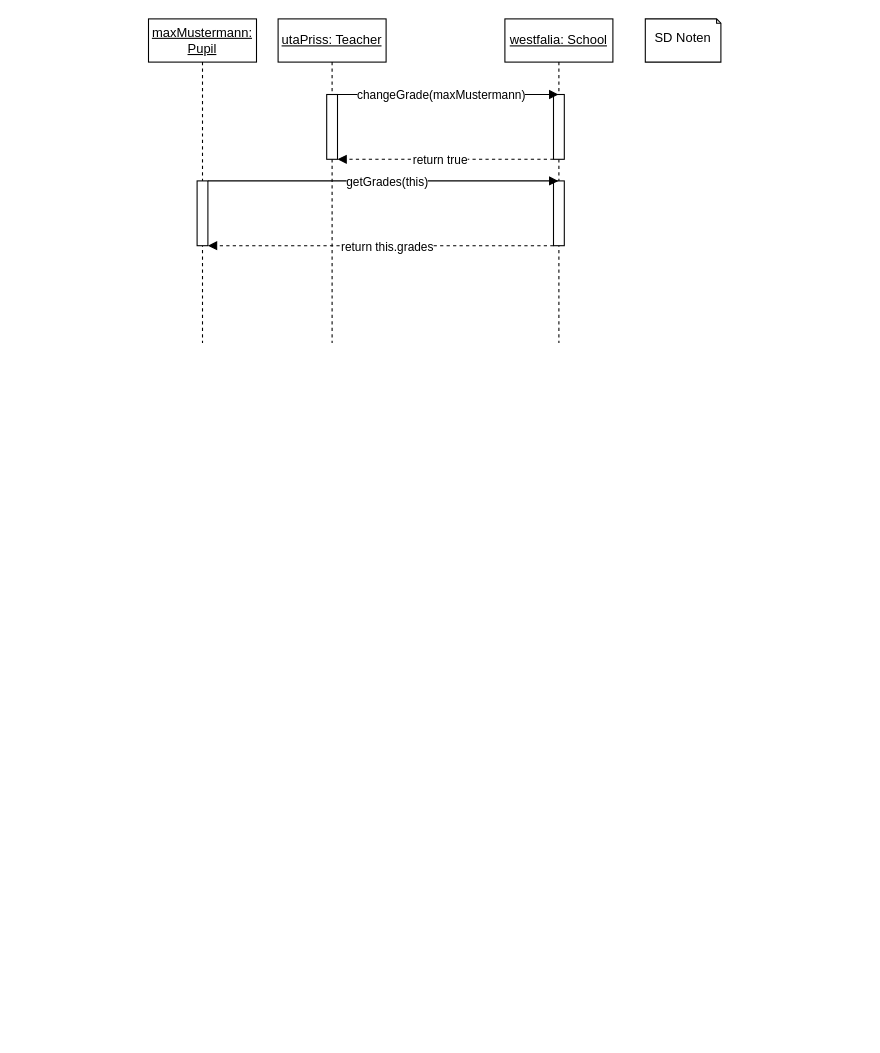
The draw.io diagram Sequenzdiagramm.drawio in TrainFan1804/SchulverwaltungUML, before the edit. Source tidied: cells renumbered, new cells numbered last; positions are measured from the earlier drawing's top-left corner, leaving out a move shared by most shapes. Both pictures are drawn from the tidied source at 108%, with x=0, y=0 at pixel (148, 18).
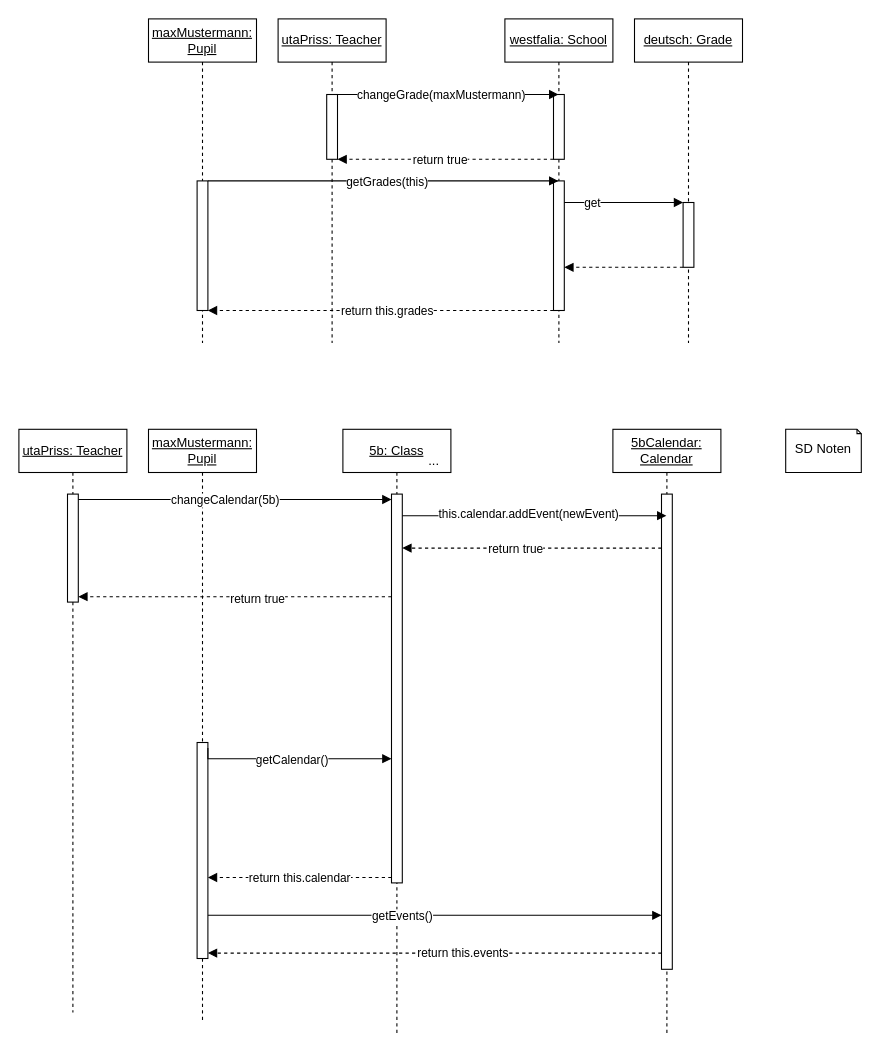
The same diagram, later.

The change refers to these unchanged cells:
```xml
<mxCell id="2" value="&lt;u&gt;maxMustermann: Pupil&lt;/u&gt;" style="shape=umlLifeline;perimeter=lifelinePerimeter;whiteSpace=wrap;html=1;newEdgeStyle={&quot;edgeStyle&quot;:&quot;elbowEdgeStyle&quot;,&quot;elbow&quot;:&quot;vertical&quot;,&quot;curved&quot;:0,&quot;rounded&quot;:0};" parent="1" vertex="1">
  <mxGeometry width="100" height="300" as="geometry" />
</mxCell>
<mxCell id="6" value="&lt;u&gt;westfalia: School&lt;/u&gt;" style="shape=umlLifeline;perimeter=lifelinePerimeter;whiteSpace=wrap;html=1;outlineConnect=0;portConstraint=eastwest;newEdgeStyle={&quot;edgeStyle&quot;:&quot;elbowEdgeStyle&quot;,&quot;elbow&quot;:&quot;vertical&quot;,&quot;curved&quot;:0,&quot;rounded&quot;:0};" parent="1" vertex="1">
  <mxGeometry x="330" width="100" height="300" as="geometry" />
</mxCell>
```

What changed in the source:
```diff
@@
     <mxCell id="3" style="html=1;points=[[0,0,0,0,5],[0,1,0,0,-5],[1,0,0,0,5],[1,1,0,0,-5]];perimeter=orthogonalPerimeter;outlineConnect=0;targetShapes=umlLifeline;portConstraint=eastwest;newEdgeStyle={&quot;curved&quot;:0,&quot;rounded&quot;:0};" parent="2" vertex="1">
-      <mxGeometry x="45" y="150" width="10" height="60" as="geometry" />
+      <mxGeometry x="45" y="150" width="10" height="120" as="geometry" />
     </mxCell>
@@
     <mxCell id="8" style="html=1;points=[[0,0,0,0,5],[0,1,0,0,-5],[1,0,0,0,5],[1,1,0,0,-5]];perimeter=orthogonalPerimeter;outlineConnect=0;targetShapes=umlLifeline;portConstraint=eastwest;newEdgeStyle={&quot;curved&quot;:0,&quot;rounded&quot;:0};" parent="6" vertex="1">
-      <mxGeometry x="45" y="150" width="10" height="60" as="geometry" />
+      <mxGeometry x="45" y="150" width="10" height="120" as="geometry" />
     </mxCell>
     <mxCell id="9" value="SD Noten" style="shape=note2;boundedLbl=1;whiteSpace=wrap;html=1;size=4;verticalAlign=top;align=center;" parent="1" vertex="1">
-      <mxGeometry x="460" width="70" height="40" as="geometry" />
+      <mxGeometry x="590" y="380" width="70" height="40" as="geometry" />
     </mxCell>
@@
     <mxCell id="16" style="edgeStyle=orthogonalEdgeStyle;rounded=0;jettySize=auto;html=1;curved=0;dashed=1;endArrow=block;endFill=1;" parent="1" edge="1" source="8" target="3">
       <mxGeometry relative="1" as="geometry">
         <Array as="points">
-          <mxPoint x="220" y="210" />
-          <mxPoint x="220" y="210" />
+          <mxPoint x="220" y="270" />
+          <mxPoint x="220" y="270" />
         </Array>
       </mxGeometry>
     </mxCell>
@@
+    <mxCell id="18" value="&lt;u&gt;deutsch: Grade&lt;/u&gt;" style="shape=umlLifeline;perimeter=lifelinePerimeter;whiteSpace=wrap;html=1;newEdgeStyle={&quot;edgeStyle&quot;:&quot;elbowEdgeStyle&quot;,&quot;elbow&quot;:&quot;vertical&quot;,&quot;curved&quot;:0,&quot;rounded&quot;:0};" parent="1" vertex="1">
+      <mxGeometry x="450" width="100" height="300" as="geometry" />
+    </mxCell>
+    <mxCell id="19" style="html=1;points=[[0,0,0,0,5],[0,1,0,0,-5],[1,0,0,0,5],[1,1,0,0,-5]];perimeter=orthogonalPerimeter;outlineConnect=0;targetShapes=umlLifeline;portConstraint=eastwest;newEdgeStyle={&quot;curved&quot;:0,&quot;rounded&quot;:0};" parent="18" vertex="1">
+      <mxGeometry x="45" y="170" width="10" height="60" as="geometry" />
+    </mxCell>
+    <mxCell id="20" style="edgeStyle=orthogonalEdgeStyle;rounded=0;jettySize=auto;html=1;curved=0;endArrow=block;endFill=1;" parent="1" edge="1" source="8" target="19">
+      <mxGeometry relative="1" as="geometry">
+        <Array as="points">
+          <mxPoint x="450" y="170" />
+          <mxPoint x="450" y="170" />
+        </Array>
+      </mxGeometry>
+    </mxCell>
+    <mxCell id="21" value="get" style="edgeLabel;html=1;align=center;verticalAlign=middle;" parent="20" vertex="1">
+      <mxGeometry x="-0.54" relative="1" as="geometry" />
+    </mxCell>
+    <mxCell id="22" style="edgeStyle=orthogonalEdgeStyle;rounded=0;jettySize=auto;html=1;curved=0;endArrow=block;endFill=1;dashed=1;" parent="1" edge="1" source="19" target="8">
+      <mxGeometry relative="1" as="geometry">
+        <Array as="points">
+          <mxPoint x="440" y="230" />
+          <mxPoint x="440" y="230" />
+        </Array>
+      </mxGeometry>
+    </mxCell>
+    <mxCell id="23" value="&lt;u&gt;maxMustermann: Pupil&lt;/u&gt;" style="shape=umlLifeline;perimeter=lifelinePerimeter;whiteSpace=wrap;html=1;newEdgeStyle={&quot;edgeStyle&quot;:&quot;elbowEdgeStyle&quot;,&quot;elbow&quot;:&quot;vertical&quot;,&quot;curved&quot;:0,&quot;rounded&quot;:0};" parent="1" vertex="1">
+      <mxGeometry y="380" width="100" height="550" as="geometry" />
+    </mxCell>
+    <mxCell id="24" style="html=1;points=[[0,0,0,0,5],[0,1,0,0,-5],[1,0,0,0,5],[1,1,0,0,-5]];perimeter=orthogonalPerimeter;outlineConnect=0;targetShapes=umlLifeline;portConstraint=eastwest;newEdgeStyle={&quot;curved&quot;:0,&quot;rounded&quot;:0};" parent="23" vertex="1">
+      <mxGeometry x="45" y="290" width="10" height="200" as="geometry" />
+    </mxCell>
+    <mxCell id="25" value="&lt;u&gt;5b: Class&lt;/u&gt;" style="shape=umlLifeline;perimeter=lifelinePerimeter;whiteSpace=wrap;html=1;newEdgeStyle={&quot;edgeStyle&quot;:&quot;elbowEdgeStyle&quot;,&quot;elbow&quot;:&quot;vertical&quot;,&quot;curved&quot;:0,&quot;rounded&quot;:0};" parent="1" vertex="1">
+      <mxGeometry x="180" y="380" width="100" height="560" as="geometry" />
+    </mxCell>
+    <mxCell id="26" style="html=1;points=[[0,0,0,0,5],[0,1,0,0,-5],[1,0,0,0,5],[1,1,0,0,-5]];perimeter=orthogonalPerimeter;outlineConnect=0;targetShapes=umlLifeline;portConstraint=eastwest;newEdgeStyle={&quot;curved&quot;:0,&quot;rounded&quot;:0};" parent="25" vertex="1">
+      <mxGeometry x="45" y="60" width="10" height="360" as="geometry" />
+    </mxCell>
+    <mxCell id="27" style="edgeStyle=orthogonalEdgeStyle;rounded=0;jettySize=auto;html=1;curved=0;endArrow=block;endFill=1;exitX=1;exitY=0;exitDx=0;exitDy=5;exitPerimeter=0;" parent="1" edge="1" source="24" target="26">
+      <mxGeometry relative="1" as="geometry">
+        <Array as="points">
+          <mxPoint x="55" y="685" />
+        </Array>
+      </mxGeometry>
+    </mxCell>
+    <mxCell id="28" value="getCalendar()" style="edgeLabel;html=1;align=center;verticalAlign=middle;" parent="27" vertex="1">
+      <mxGeometry x="-0.15" y="-2" relative="1" as="geometry">
+        <mxPoint x="10" y="-2" as="offset" />
+      </mxGeometry>
+    </mxCell>
+    <mxCell id="29" style="edgeStyle=orthogonalEdgeStyle;rounded=0;jettySize=auto;html=1;curved=0;dashed=1;endArrow=block;endFill=1;exitX=0;exitY=1;exitDx=0;exitDy=-5;exitPerimeter=0;" parent="1" edge="1" source="26" target="24">
+      <mxGeometry relative="1" as="geometry">
+        <Array as="points">
+          <mxPoint x="100" y="795" />
+          <mxPoint x="100" y="795" />
+        </Array>
+      </mxGeometry>
+    </mxCell>
+    <mxCell id="30" value="return this.calendar" style="edgeLabel;html=1;align=center;verticalAlign=middle;" parent="29" vertex="1">
+      <mxGeometry x="0.1" relative="1" as="geometry">
+        <mxPoint x="8" as="offset" />
+      </mxGeometry>
+    </mxCell>
+    <mxCell id="31" value="&lt;u&gt;5bCalendar: Calendar&lt;/u&gt;" style="shape=umlLifeline;perimeter=lifelinePerimeter;whiteSpace=wrap;html=1;outlineConnect=0;portConstraint=eastwest;newEdgeStyle={&quot;edgeStyle&quot;:&quot;elbowEdgeStyle&quot;,&quot;elbow&quot;:&quot;vertical&quot;,&quot;curved&quot;:0,&quot;rounded&quot;:0};" parent="1" vertex="1">
+      <mxGeometry x="430" y="380" width="100" height="560" as="geometry" />
+    </mxCell>
+    <mxCell id="32" style="html=1;points=[[0,0,0,0,5],[0,1,0,0,-5],[1,0,0,0,5],[1,1,0,0,-5]];perimeter=orthogonalPerimeter;outlineConnect=0;targetShapes=umlLifeline;portConstraint=eastwest;newEdgeStyle={&quot;curved&quot;:0,&quot;rounded&quot;:0};" parent="31" vertex="1">
+      <mxGeometry x="45" y="60" width="10" height="440" as="geometry" />
+    </mxCell>
+    <mxCell id="33" style="edgeStyle=orthogonalEdgeStyle;rounded=0;jettySize=auto;html=1;curved=0;endArrow=block;endFill=1;" parent="1" edge="1" source="24" target="32">
+      <mxGeometry relative="1" as="geometry">
+        <Array as="points">
+          <mxPoint x="140" y="830" />
+          <mxPoint x="140" y="830" />
+        </Array>
+      </mxGeometry>
+    </mxCell>
+    <mxCell id="34" value="getEvents()" style="edgeLabel;html=1;align=center;verticalAlign=middle;" parent="33" vertex="1">
+      <mxGeometry x="-0.3" y="2" relative="1" as="geometry">
+        <mxPoint x="32" y="2" as="offset" />
+      </mxGeometry>
+    </mxCell>
+    <mxCell id="35" value="&lt;u&gt;utaPriss: Teacher&lt;/u&gt;" style="shape=umlLifeline;perimeter=lifelinePerimeter;whiteSpace=wrap;html=1;newEdgeStyle={&quot;edgeStyle&quot;:&quot;elbowEdgeStyle&quot;,&quot;elbow&quot;:&quot;vertical&quot;,&quot;curved&quot;:0,&quot;rounded&quot;:0};" parent="1" vertex="1">
+      <mxGeometry x="-120" y="380" width="100" height="540" as="geometry" />
+    </mxCell>
+    <mxCell id="36" style="html=1;points=[[0,0,0,0,5],[0,1,0,0,-5],[1,0,0,0,5],[1,1,0,0,-5]];perimeter=orthogonalPerimeter;outlineConnect=0;targetShapes=umlLifeline;portConstraint=eastwest;newEdgeStyle={&quot;curved&quot;:0,&quot;rounded&quot;:0};" parent="35" vertex="1">
+      <mxGeometry x="45" y="60" width="10" height="100" as="geometry" />
+    </mxCell>
+    <mxCell id="37" style="edgeStyle=orthogonalEdgeStyle;rounded=0;jettySize=auto;html=1;curved=0;entryX=0;entryY=0;entryDx=0;entryDy=5;entryPerimeter=0;endArrow=block;endFill=1;" parent="1" edge="1" source="36" target="26">
+      <mxGeometry relative="1" as="geometry">
+        <Array as="points">
+          <mxPoint x="10" y="445" />
+          <mxPoint x="10" y="445" />
+        </Array>
+      </mxGeometry>
+    </mxCell>
+    <mxCell id="38" value="changeCalendar(5b)" style="edgeLabel;html=1;align=center;verticalAlign=middle;" parent="37" vertex="1">
+      <mxGeometry x="-0.07" relative="1" as="geometry" />
+    </mxCell>
+    <mxCell id="39" style="edgeStyle=orthogonalEdgeStyle;rounded=0;jettySize=auto;html=1;curved=0;endArrow=block;endFill=1;" parent="1" edge="1" source="26" target="31">
+      <mxGeometry relative="1" as="geometry">
+        <Array as="points">
+          <mxPoint x="290" y="460" />
+          <mxPoint x="290" y="460" />
+        </Array>
+      </mxGeometry>
+    </mxCell>
+    <mxCell id="40" value="this.calendar.addEvent(newEvent)" style="edgeLabel;html=1;align=center;verticalAlign=middle;" parent="39" vertex="1">
+      <mxGeometry x="-0.46" y="3" relative="1" as="geometry">
+        <mxPoint x="50" y="1" as="offset" />
+      </mxGeometry>
+    </mxCell>
+    <mxCell id="41" style="edgeStyle=orthogonalEdgeStyle;rounded=0;jettySize=auto;html=1;curved=0;endArrow=block;endFill=1;dashed=1;" parent="1" edge="1" source="32" target="26">
+      <mxGeometry relative="1" as="geometry">
+        <Array as="points">
+          <mxPoint x="360" y="490" />
+          <mxPoint x="360" y="490" />
+        </Array>
+      </mxGeometry>
+    </mxCell>
+    <mxCell id="42" value="return true" style="edgeLabel;html=1;align=center;verticalAlign=middle;" parent="41" vertex="1">
+      <mxGeometry x="0.23" y="3" relative="1" as="geometry">
+        <mxPoint x="12" y="-3" as="offset" />
+      </mxGeometry>
+    </mxCell>
+    <mxCell id="43" value="..." style="text;html=1;align=center;verticalAlign=middle;strokeColor=none;fillColor=none;" parent="1" vertex="1">
+      <mxGeometry x="249" y="395" width="30" height="30" as="geometry" />
+    </mxCell>
+    <mxCell id="44" style="edgeStyle=orthogonalEdgeStyle;rounded=0;jettySize=auto;html=1;curved=0;endArrow=block;endFill=1;dashed=1;entryX=1;entryY=1;entryDx=0;entryDy=-5;entryPerimeter=0;" parent="1" edge="1" source="26" target="36">
+      <mxGeometry relative="1" as="geometry">
+        <Array as="points">
+          <mxPoint x="20" y="535" />
+          <mxPoint x="20" y="535" />
+        </Array>
+      </mxGeometry>
+    </mxCell>
+    <mxCell id="45" value="return true" style="edgeLabel;html=1;align=center;verticalAlign=middle;" parent="44" vertex="1">
+      <mxGeometry x="-0.01" y="1" relative="1" as="geometry">
+        <mxPoint x="19" as="offset" />
+      </mxGeometry>
+    </mxCell>
+    <mxCell id="46" style="edgeStyle=orthogonalEdgeStyle;rounded=0;jettySize=auto;html=1;curved=0;entryX=1;entryY=1;entryDx=0;entryDy=-5;entryPerimeter=0;endArrow=block;endFill=1;dashed=1;" parent="1" edge="1" source="32" target="24">
+      <mxGeometry relative="1" as="geometry">
+        <Array as="points">
+          <mxPoint x="380" y="865" />
+          <mxPoint x="380" y="865" />
+        </Array>
+      </mxGeometry>
+    </mxCell>
+    <mxCell id="47" value="return this.events" style="edgeLabel;html=1;align=center;verticalAlign=middle;" parent="46" vertex="1">
+      <mxGeometry x="-0.09" y="-1" relative="1" as="geometry">
+        <mxPoint x="6" as="offset" />
+      </mxGeometry>
+    </mxCell>
```
